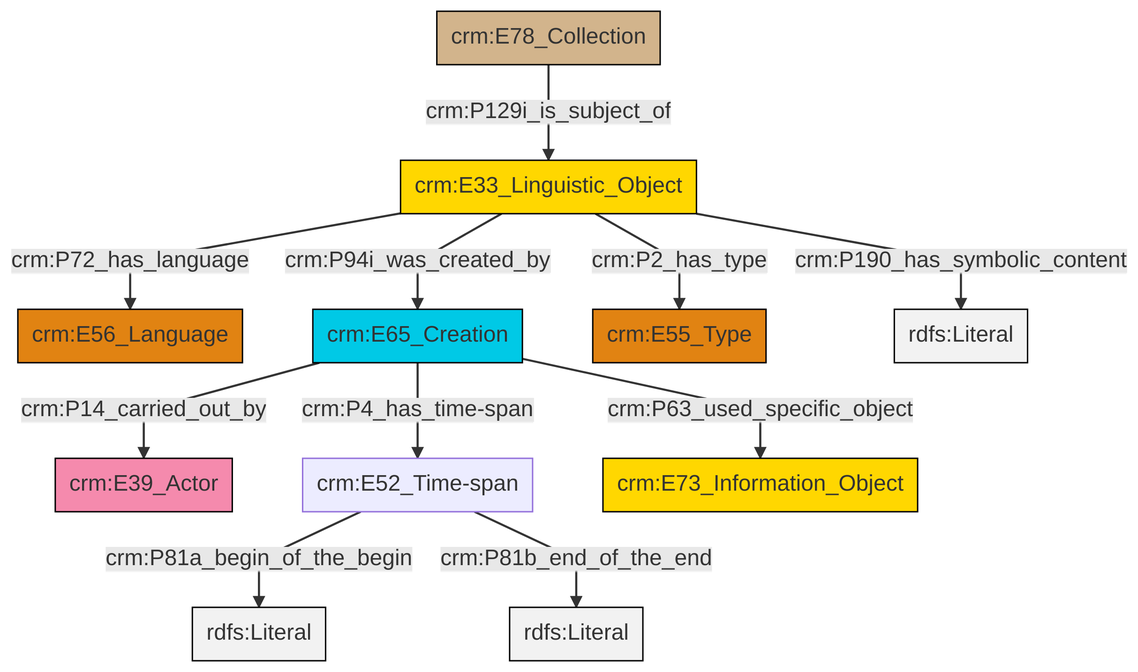
This is et/archivalCSV/ttl/mmd/png/archival_desc.png from swiss-art-research-net/docs.swissartresearch, a Mermaid export, as it was before one commit. Its source is kept beside it as et/archivalCSV/ttl/mmd/archival_desc.ttl.mmd.
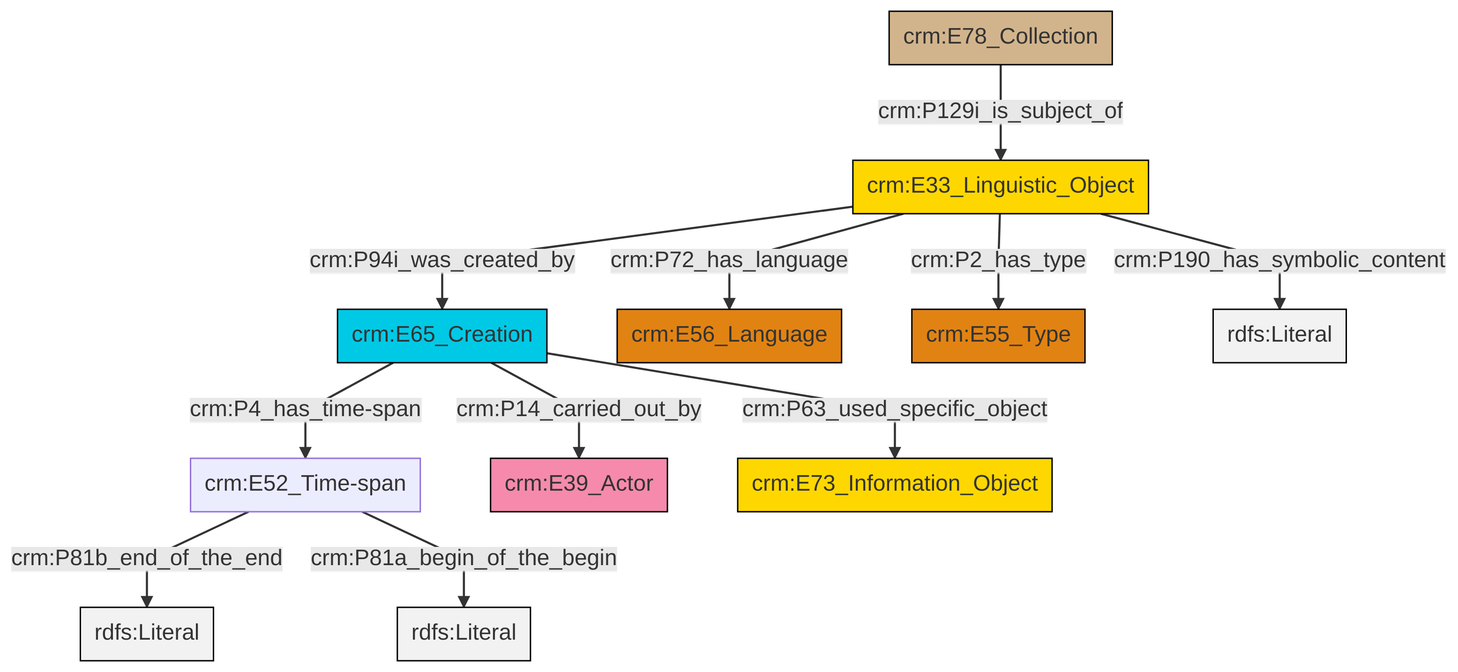
The same diagram one commit later.

The edit, as a diff of the source:
```diff
@@ -13,13 +13,13 @@
 classDef PC_Classes fill:#4ce600, stroke:#000000;
 classDef Multi fill:#cccccc,stroke:#000000;
 
-0["crm:E33_Linguistic_Object"]:::Conceptual_Object -->|crm:P72_has_language| 1["crm:E56_Language"]:::Type
-2["crm:E78_Collection"]:::Physical_Thing -->|crm:P129i_is_subject_of| 0["crm:E33_Linguistic_Object"]:::Conceptual_Object
-3["crm:E65_Creation"]:::Temporal_Entity -->|crm:P4_has_time-span| 8["crm:E52_Time-span"]:::Default
-8["crm:E52_Time-span"]:::Default -->|crm:P81a_begin_of_the_begin| 9[rdfs:Literal]:::Literal
+0["crm:E33_Linguistic_Object"]:::Conceptual_Object -->|crm:P94i_was_created_by| 1["crm:E65_Creation"]:::Temporal_Entity
+2["crm:E52_Time-span"]:::Default -->|crm:P81b_end_of_the_end| 3[rdfs:Literal]:::Literal
+1["crm:E65_Creation"]:::Temporal_Entity -->|crm:P14_carried_out_by| 6["crm:E39_Actor"]:::Actor
+0["crm:E33_Linguistic_Object"]:::Conceptual_Object -->|crm:P190_has_symbolic_content| 12[rdfs:Literal]:::Literal
+13["crm:E78_Collection"]:::Physical_Thing -->|crm:P129i_is_subject_of| 0["crm:E33_Linguistic_Object"]:::Conceptual_Object
+2["crm:E52_Time-span"]:::Default -->|crm:P81a_begin_of_the_begin| 16[rdfs:Literal]:::Literal
 0["crm:E33_Linguistic_Object"]:::Conceptual_Object -->|crm:P2_has_type| 10["crm:E55_Type"]:::Type
-3["crm:E65_Creation"]:::Temporal_Entity -->|crm:P63_used_specific_object| 13["crm:E73_Information_Object"]:::Conceptual_Object
-8["crm:E52_Time-span"]:::Default -->|crm:P81b_end_of_the_end| 14[rdfs:Literal]:::Literal
-3["crm:E65_Creation"]:::Temporal_Entity -->|crm:P14_carried_out_by| 5["crm:E39_Actor"]:::Actor
-0["crm:E33_Linguistic_Object"]:::Conceptual_Object -->|crm:P190_has_symbolic_content| 16[rdfs:Literal]:::Literal
-0["crm:E33_Linguistic_Object"]:::Conceptual_Object -->|crm:P94i_was_created_by| 3["crm:E65_Creation"]:::Temporal_Entity
+0["crm:E33_Linguistic_Object"]:::Conceptual_Object -->|crm:P72_has_language| 4["crm:E56_Language"]:::Type
+1["crm:E65_Creation"]:::Temporal_Entity -->|crm:P4_has_time-span| 2["crm:E52_Time-span"]:::Default
+1["crm:E65_Creation"]:::Temporal_Entity -->|crm:P63_used_specific_object| 7["crm:E73_Information_Object"]:::Conceptual_Object
```
